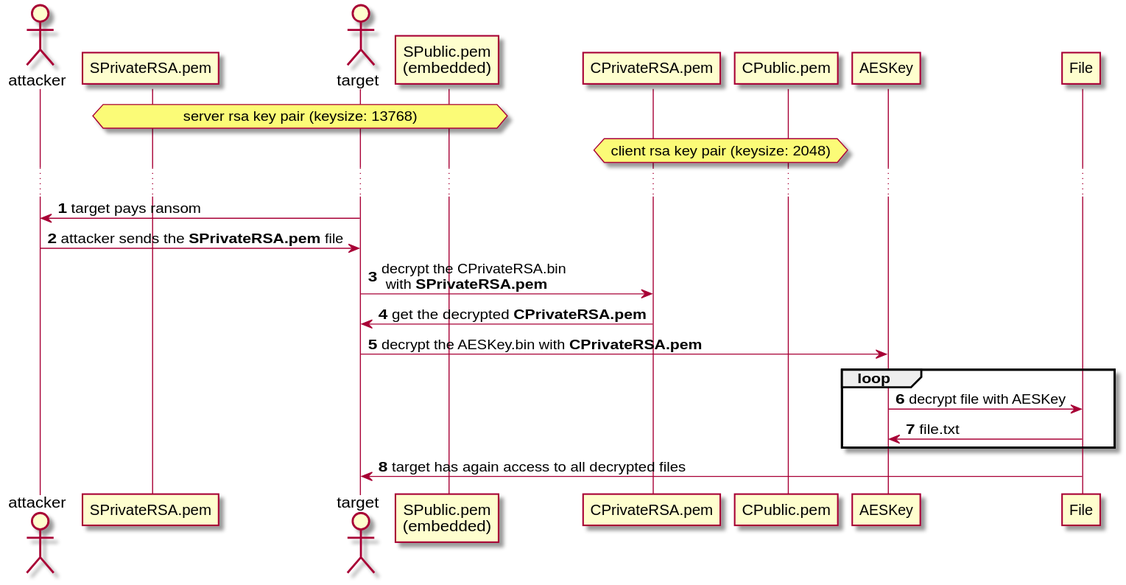
This is architecture/sequence_diagrams/decryption.svg from bierschi/butterfly, a PlantUML export, as it was before one commit.
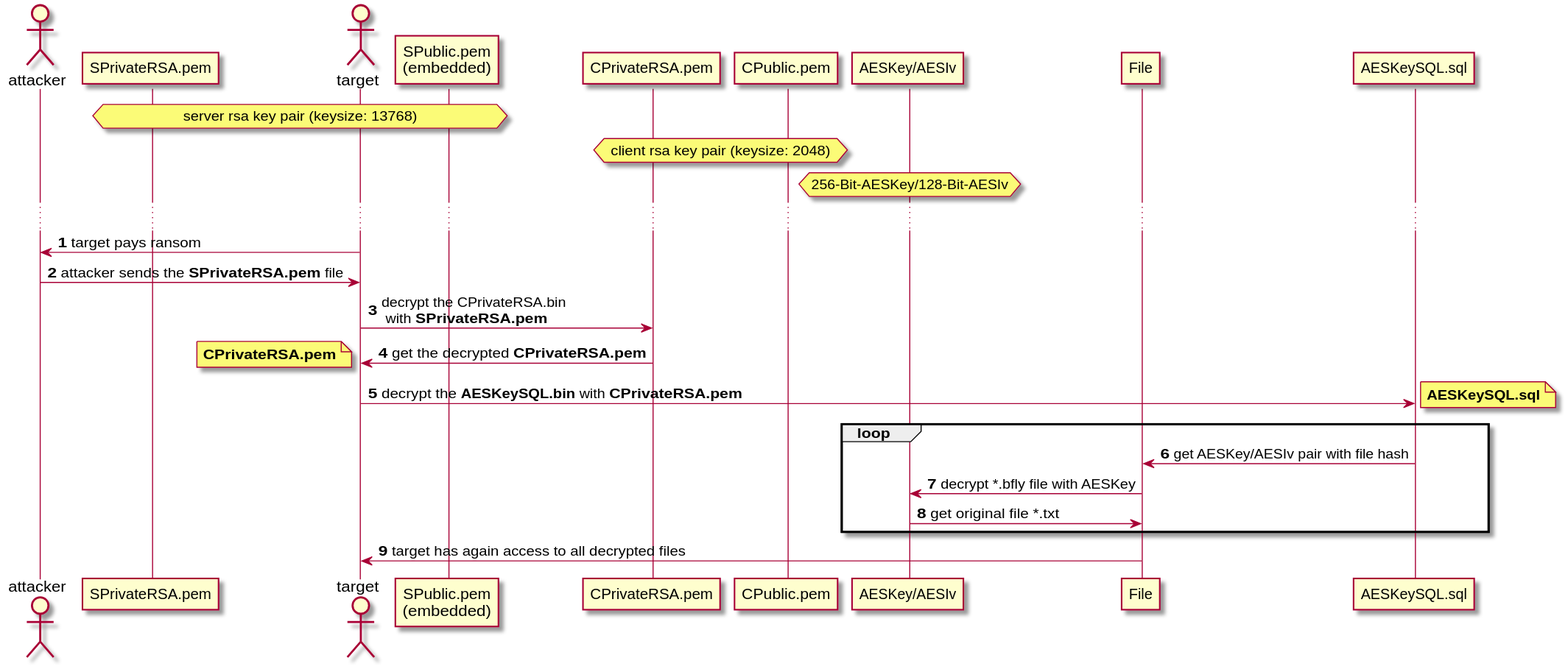
After the commit.

Commit message:
Updated the encryption decryption sequence diagram

What changed in the source:
```diff
@@ -5,22 +5,27 @@
 participant "SPublic.pem\n(embedded)" as SPublic
 participant CPrivateRSA.pem as CPrivate
 participant CPublic.pem as CPublic
-participant AESKey
+participant "AESKey/AESIv" as AESKey
 participant File
+participant AESKeySQL.sql as AESKeySQL
 
 autonumber
 hnote over SPrivate, SPublic: server rsa key pair (keysize: 13768)
 hnote over CPrivate, CPublic: client rsa key pair (keysize: 2048)
+hnote over AESKey: 256-Bit-AESKey/128-Bit-AESIv
 ...
 attacker <- target: target pays ransom
 attacker -> target: attacker sends the **SPrivateRSA.pem** file
 
 target -> CPrivate: decrypt the CPrivateRSA.bin\n with **SPrivateRSA.pem**
 CPrivate -> target: get the decrypted **CPrivateRSA.pem**
-target -> AESKey: decrypt the AESKey.bin with **CPrivateRSA.pem**
+note left: **CPrivateRSA.pem**
+target -> AESKeySQL: decrypt the **AESKeySQL.bin** with **CPrivateRSA.pem**
+note right: **AESKeySQL.sql**
 loop
-AESKey -> File: decrypt file with AESKey
-File -> AESKey: file.txt
+File <- AESKeySQL: get AESKey/AESIv pair with file hash
+File -> AESKey: decrypt *.bfly file with AESKey
+File <- AESKey: get original file *.txt
 end
 File -> target: target has again access to all decrypted files
 @enduml
```
